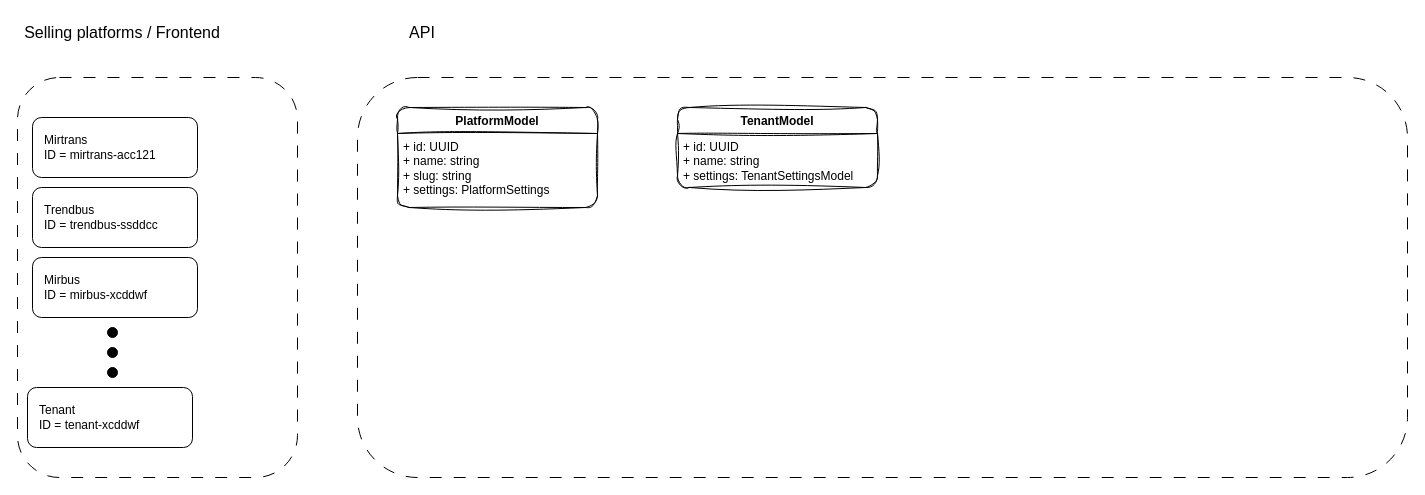
Above: page "Multitenant big concept" (5 of 5) of GBS/GBS_Booking_flow.drawio in maxCheptea/Diagrams (draw.io), before the change. Source tidied: cells renumbered, new cells numbered last; positions are measured from the earlier drawing's top-left corner, leaving out a move shared by most shapes. Both pictures are drawn from the tidied source at 100%, with x=0, y=0 at pixel (17, 17).
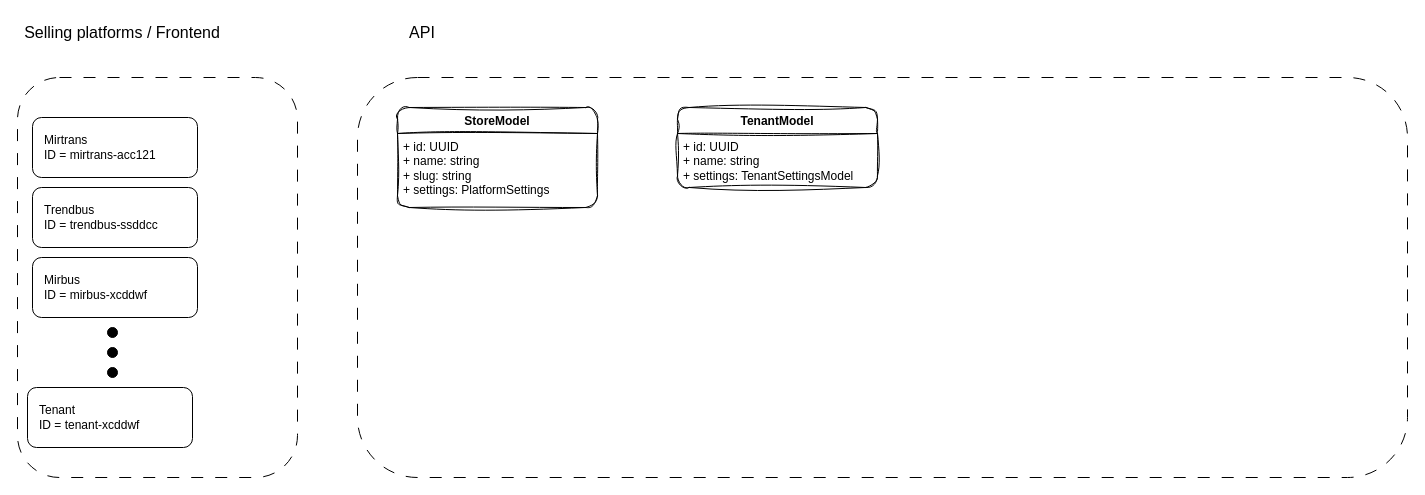
After the change.

Change to the diagram source:
```diff
@@
 <mxGraphModel>
   <root>
     <mxCell id="0" />
     <mxCell id="1" parent="0" />
     <mxCell id="2" style="rounded=1;whiteSpace=wrap;html=1;fillColor=none;dashed=1;dashPattern=12 12;" parent="1" vertex="1">
       <mxGeometry x="340" y="60" width="1050" height="400" as="geometry" />
     </mxCell>
     <mxCell id="3" value="API" style="text;html=1;align=center;verticalAlign=middle;whiteSpace=wrap;rounded=0;fontSize=16;" parent="1" vertex="1">
       <mxGeometry x="340" width="130" height="30" as="geometry" />
     </mxCell>
     <mxCell id="4" style="group;" parent="1" vertex="1">
       <mxGeometry width="280" height="460" as="geometry" />
     </mxCell>
     <mxCell id="5" style="rounded=1;whiteSpace=wrap;html=1;fillColor=none;dashed=1;dashPattern=12 12;" parent="4" vertex="1">
       <mxGeometry y="60" width="280" height="400" as="geometry" />
     </mxCell>
     <mxCell id="6" value="Selling platforms / Frontend" style="text;html=1;align=center;verticalAlign=middle;whiteSpace=wrap;rounded=0;fontSize=16;" parent="4" vertex="1">
       <mxGeometry width="210" height="30" as="geometry" />
     </mxCell>
     <mxCell id="7" value="Mirtrans&lt;div&gt;ID = mirtrans-acc121&lt;/div&gt;" style="rounded=1;whiteSpace=wrap;html=1;align=left;spacingTop=0;spacingLeft=10;" parent="4" vertex="1">
       <mxGeometry x="15" y="100" width="165" height="60" as="geometry" />
     </mxCell>
     <mxCell id="8" value="Trendbus&lt;div&gt;ID = trendbus-ssddcc&lt;/div&gt;" style="rounded=1;whiteSpace=wrap;html=1;align=left;spacingTop=0;spacingLeft=10;" parent="4" vertex="1">
       <mxGeometry x="15" y="170" width="165" height="60" as="geometry" />
     </mxCell>
     <mxCell id="9" value="Mirbus&lt;div&gt;ID = mirbus-xcddwf&lt;/div&gt;" style="rounded=1;whiteSpace=wrap;html=1;align=left;spacingTop=0;spacingLeft=10;" parent="4" vertex="1">
       <mxGeometry x="15" y="240" width="165" height="60" as="geometry" />
     </mxCell>
     <mxCell id="10" style="ellipse;whiteSpace=wrap;html=1;fillColor=#000000;" parent="4" vertex="1">
       <mxGeometry x="90" y="310" width="10" height="10" as="geometry" />
     </mxCell>
     <mxCell id="11" style="ellipse;whiteSpace=wrap;html=1;fillColor=#000000;" parent="4" vertex="1">
       <mxGeometry x="90" y="330" width="10" height="10" as="geometry" />
     </mxCell>
     <mxCell id="12" style="ellipse;whiteSpace=wrap;html=1;fillColor=#000000;" parent="4" vertex="1">
       <mxGeometry x="90" y="350" width="10" height="10" as="geometry" />
     </mxCell>
     <mxCell id="13" value="Tenant&lt;div&gt;ID = tenant-xcddwf&lt;/div&gt;" style="rounded=1;whiteSpace=wrap;html=1;align=left;spacingTop=0;spacingLeft=10;" parent="4" vertex="1">
       <mxGeometry x="10" y="370" width="165" height="60" as="geometry" />
     </mxCell>
-    <mxCell id="14" value="PlatformModel" style="swimlane;fontStyle=1;align=center;verticalAlign=top;horizontal=1;startSize=26;whiteSpace=wrap;html=1;rounded=1;sketch=1;curveFitting=1;jiggle=2;labelBackgroundColor=none;" parent="1" vertex="1">
+    <mxCell id="14" value="StoreModel" style="swimlane;fontStyle=1;align=center;verticalAlign=top;horizontal=1;startSize=26;whiteSpace=wrap;html=1;rounded=1;sketch=1;curveFitting=1;jiggle=2;labelBackgroundColor=none;" parent="1" vertex="1">
       <mxGeometry x="380" y="90" width="200" height="100" as="geometry" />
     </mxCell>
     <mxCell id="15" value="+ id: UUID&lt;div&gt;+ name: string&lt;/div&gt;&lt;div&gt;+ slug: string&lt;/div&gt;&lt;div&gt;+ settings: PlatformSettings&lt;/div&gt;" style="text;strokeColor=none;fillColor=none;align=left;verticalAlign=top;spacingLeft=4;spacingRight=4;overflow=hidden;whiteSpace=wrap;html=1;labelBackgroundColor=none;" parent="14" vertex="1">
       <mxGeometry y="26" width="200" height="74" as="geometry" />
     </mxCell>
     <mxCell id="16" value="TenantModel" style="swimlane;fontStyle=1;align=center;verticalAlign=top;horizontal=1;startSize=26;whiteSpace=wrap;html=1;rounded=1;sketch=1;curveFitting=1;jiggle=2;labelBackgroundColor=none;" parent="1" vertex="1">
       <mxGeometry x="660" y="90" width="200" height="80" as="geometry" />
     </mxCell>
     <mxCell id="17" value="+ id: UUID&lt;div&gt;+ name: string&lt;/div&gt;&lt;div&gt;+ settings: TenantSettingsModel&lt;/div&gt;" style="text;strokeColor=none;fillColor=none;align=left;verticalAlign=top;spacingLeft=4;spacingRight=4;overflow=hidden;whiteSpace=wrap;html=1;labelBackgroundColor=none;" parent="16" vertex="1">
       <mxGeometry y="26" width="200" height="54" as="geometry" />
     </mxCell>
   </root>
 </mxGraphModel>
```
